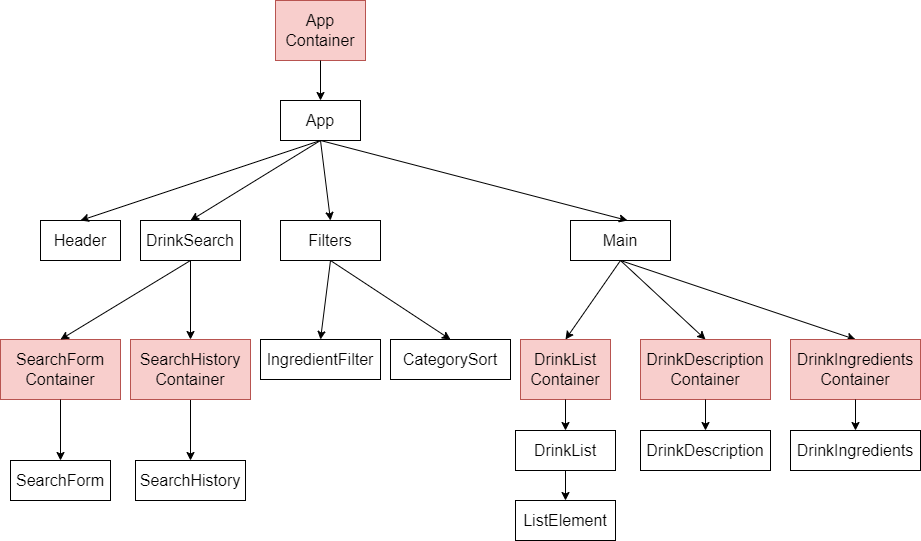
Earlier version of the draw.io export resources/diagram.png (lina994/Drinks-finder). Source tidied: cells renumbered, new cells last; positions are measured from the earlier drawing's top-left corner, leaving out a move shared by most shapes.
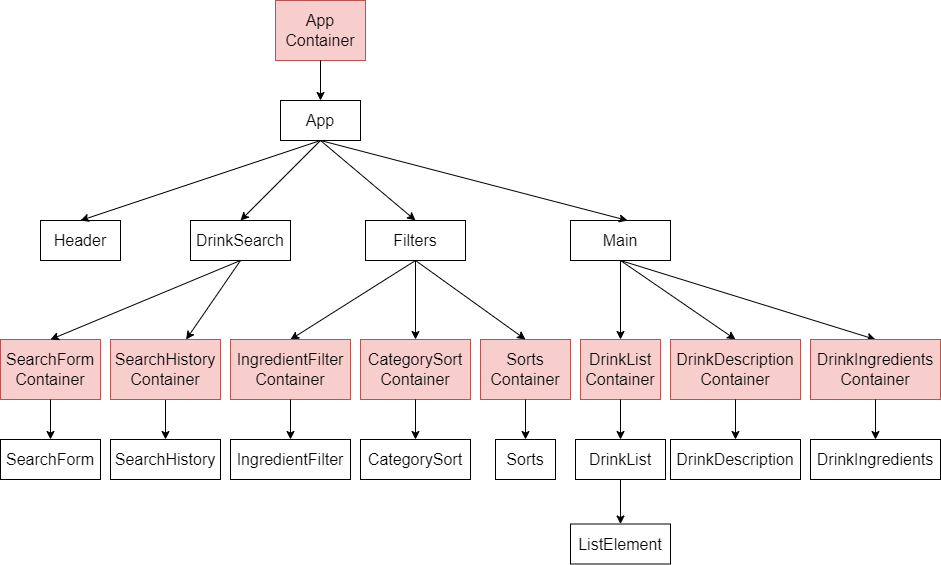
After the change.

Change to the diagram source:
```diff
@@ -3,34 +3,34 @@
     <mxCell id="0" />
     <mxCell id="1" parent="0" />
     <mxCell id="2" value="&lt;span style=&quot;font-size: 16px&quot;&gt;SearchForm&lt;/span&gt;&lt;span style=&quot;font-size: 16px&quot;&gt;&lt;br&gt;Container&lt;br&gt;&lt;/span&gt;" style="rounded=0;whiteSpace=wrap;html=1;fillColor=#f8cecc;strokeColor=#b85450;" parent="1" vertex="1">
-      <mxGeometry y="339" width="120" height="60" as="geometry" />
+      <mxGeometry y="420" width="100" height="60" as="geometry" />
     </mxCell>
     <mxCell id="3" value="&lt;font style=&quot;font-size: 16px&quot;&gt;App&lt;/font&gt;" style="rounded=0;whiteSpace=wrap;html=1;" parent="1" vertex="1">
-      <mxGeometry x="280" y="100" width="80" height="40" as="geometry" />
+      <mxGeometry x="280" y="181" width="80" height="40" as="geometry" />
     </mxCell>
     <mxCell id="4" value="&lt;font style=&quot;font-size: 16px&quot;&gt;Header&lt;/font&gt;" style="rounded=0;whiteSpace=wrap;html=1;" parent="1" vertex="1">
-      <mxGeometry x="40" y="220" width="80" height="40" as="geometry" />
+      <mxGeometry x="40" y="301" width="80" height="40" as="geometry" />
     </mxCell>
     <mxCell id="5" value="&lt;font style=&quot;font-size: 16px&quot;&gt;DrinkSearch&lt;/font&gt;" style="rounded=0;whiteSpace=wrap;html=1;" parent="1" vertex="1">
-      <mxGeometry x="140" y="220" width="100" height="40" as="geometry" />
+      <mxGeometry x="190" y="301" width="100" height="40" as="geometry" />
     </mxCell>
     <mxCell id="6" value="&lt;font style=&quot;font-size: 16px&quot;&gt;DrinkList&lt;/font&gt;" style="rounded=0;whiteSpace=wrap;html=1;" parent="1" vertex="1">
-      <mxGeometry x="515" y="430" width="100" height="40" as="geometry" />
+      <mxGeometry x="575" y="520" width="90" height="40" as="geometry" />
     </mxCell>
     <mxCell id="7" value="&lt;font style=&quot;font-size: 16px&quot;&gt;DrinkIngredients&lt;/font&gt;" style="rounded=0;whiteSpace=wrap;html=1;" parent="1" vertex="1">
-      <mxGeometry x="790" y="430" width="130" height="40" as="geometry" />
+      <mxGeometry x="810" y="520" width="130" height="40" as="geometry" />
     </mxCell>
     <mxCell id="8" value="&lt;font style=&quot;font-size: 16px&quot;&gt;IngredientFilter&lt;/font&gt;" style="rounded=0;whiteSpace=wrap;html=1;" parent="1" vertex="1">
-      <mxGeometry x="260" y="339" width="120" height="40" as="geometry" />
+      <mxGeometry x="230" y="520" width="120" height="40" as="geometry" />
     </mxCell>
     <mxCell id="9" value="&lt;font style=&quot;font-size: 16px&quot;&gt;DrinkDescription&lt;/font&gt;" style="rounded=0;whiteSpace=wrap;html=1;" parent="1" vertex="1">
-      <mxGeometry x="640" y="430" width="130" height="40" as="geometry" />
+      <mxGeometry x="670" y="520" width="130" height="40" as="geometry" />
     </mxCell>
     <mxCell id="10" value="&lt;font style=&quot;font-size: 16px&quot;&gt;CategorySort&lt;/font&gt;" style="rounded=0;whiteSpace=wrap;html=1;" parent="1" vertex="1">
-      <mxGeometry x="390" y="339" width="120" height="40" as="geometry" />
+      <mxGeometry x="360" y="520" width="110" height="40" as="geometry" />
     </mxCell>
     <mxCell id="11" value="&lt;font style=&quot;font-size: 16px&quot;&gt;Main&lt;/font&gt;" style="rounded=0;whiteSpace=wrap;html=1;" parent="1" vertex="1">
-      <mxGeometry x="570" y="220" width="100" height="40" as="geometry" />
+      <mxGeometry x="570" y="301" width="100" height="40" as="geometry" />
     </mxCell>
     <mxCell id="12" style="endArrow=classic;html=1;rounded=0;fontSize=16;exitX=0.5;exitY=1;exitDx=0;exitDy=0;entryX=0.5;entryY=0;entryDx=0;entryDy=0;" parent="1" edge="1" source="3" target="4">
       <mxGeometry relative="1" as="geometry" />
@@ -45,24 +45,24 @@
       <mxGeometry relative="1" as="geometry" />
     </mxCell>
     <mxCell id="16" value="&lt;font style=&quot;font-size: 16px&quot;&gt;SearchForm&lt;/font&gt;" style="rounded=0;whiteSpace=wrap;html=1;" parent="1" vertex="1">
-      <mxGeometry x="10" y="460" width="100" height="40" as="geometry" />
+      <mxGeometry y="520" width="100" height="40" as="geometry" />
     </mxCell>
     <mxCell id="17" value="&lt;font style=&quot;font-size: 16px&quot;&gt;SearchHistory&lt;/font&gt;" style="rounded=0;whiteSpace=wrap;html=1;" parent="1" vertex="1">
-      <mxGeometry x="135" y="460" width="110" height="40" as="geometry" />
+      <mxGeometry x="110" y="520" width="110" height="40" as="geometry" />
     </mxCell>
     <mxCell id="18" style="endArrow=classic;html=1;rounded=0;fontSize=16;exitX=0.5;exitY=1;exitDx=0;exitDy=0;entryX=0.5;entryY=0;entryDx=0;entryDy=0;" parent="1" edge="1" source="29" target="17">
       <mxGeometry relative="1" as="geometry" />
     </mxCell>
-    <mxCell id="19" style="endArrow=classic;html=1;rounded=0;fontSize=16;exitX=0.5;exitY=1;exitDx=0;exitDy=0;entryX=0.5;entryY=0;entryDx=0;entryDy=0;" parent="1" edge="1" source="20" target="8">
+    <mxCell id="19" style="endArrow=classic;html=1;rounded=0;fontSize=16;exitX=0.5;exitY=1;exitDx=0;exitDy=0;entryX=0.5;entryY=0;entryDx=0;entryDy=0;" parent="1" edge="1" source="20" target="39">
       <mxGeometry relative="1" as="geometry" />
     </mxCell>
     <mxCell id="20" value="&lt;font style=&quot;font-size: 16px&quot;&gt;Filters&lt;/font&gt;" style="rounded=0;whiteSpace=wrap;html=1;" parent="1" vertex="1">
-      <mxGeometry x="280" y="220" width="100" height="40" as="geometry" />
+      <mxGeometry x="365" y="301" width="100" height="40" as="geometry" />
     </mxCell>
     <mxCell id="21" style="endArrow=classic;html=1;rounded=0;fontSize=16;exitX=0.5;exitY=1;exitDx=0;exitDy=0;entryX=0.5;entryY=0;entryDx=0;entryDy=0;" parent="1" edge="1" source="3" target="20">
       <mxGeometry relative="1" as="geometry" />
     </mxCell>
-    <mxCell id="22" style="endArrow=classic;html=1;rounded=0;fontSize=16;exitX=0.5;exitY=1;exitDx=0;exitDy=0;entryX=0.5;entryY=0;entryDx=0;entryDy=0;" parent="1" edge="1" source="20" target="10">
+    <mxCell id="22" style="endArrow=classic;html=1;rounded=0;fontSize=16;exitX=0.5;exitY=1;exitDx=0;exitDy=0;entryX=0.5;entryY=0;entryDx=0;entryDy=0;" parent="1" edge="1" source="20" target="40">
       <mxGeometry relative="1" as="geometry" />
     </mxCell>
     <mxCell id="23" style="endArrow=classic;html=1;rounded=0;fontSize=16;exitX=0.5;exitY=1;exitDx=0;exitDy=0;entryX=0.5;entryY=0;entryDx=0;entryDy=0;" parent="1" edge="1" source="11" target="31">
@@ -73,11 +73,11 @@
     </mxCell>
     <mxCell id="25" style="endArrow=classic;html=1;rounded=0;fontSize=16;entryX=0.5;entryY=0;entryDx=0;entryDy=0;" parent="1" edge="1" target="37">
       <mxGeometry relative="1" as="geometry">
-        <mxPoint x="620" y="260" as="sourcePoint" />
+        <mxPoint x="620" y="341" as="sourcePoint" />
       </mxGeometry>
     </mxCell>
     <mxCell id="26" value="&lt;font style=&quot;font-size: 16px&quot;&gt;ListElement&lt;/font&gt;" style="rounded=0;whiteSpace=wrap;html=1;" parent="1" vertex="1">
-      <mxGeometry x="515" y="500" width="100" height="40" as="geometry" />
+      <mxGeometry x="570" y="604.5" width="100" height="40" as="geometry" />
     </mxCell>
     <mxCell id="27" style="endArrow=classic;html=1;rounded=0;fontSize=16;exitX=0.5;exitY=1;exitDx=0;exitDy=0;entryX=0.5;entryY=0;entryDx=0;entryDy=0;" parent="1" edge="1" source="6" target="26">
       <mxGeometry relative="1" as="geometry" />
@@ -86,34 +86,58 @@
       <mxGeometry relative="1" as="geometry" />
     </mxCell>
     <mxCell id="29" value="&lt;span style=&quot;font-size: 16px&quot;&gt;SearchHistory&lt;/span&gt;&lt;span style=&quot;font-size: 16px&quot;&gt;&lt;br&gt;Container&lt;br&gt;&lt;/span&gt;" style="rounded=0;whiteSpace=wrap;html=1;fillColor=#f8cecc;strokeColor=#b85450;" parent="1" vertex="1">
-      <mxGeometry x="130" y="339" width="120" height="60" as="geometry" />
+      <mxGeometry x="110" y="420" width="110" height="60" as="geometry" />
     </mxCell>
     <mxCell id="30" style="endArrow=classic;html=1;rounded=0;fontSize=16;exitX=0.5;exitY=1;exitDx=0;exitDy=0;" parent="1" edge="1" source="5" target="29">
       <mxGeometry relative="1" as="geometry" />
     </mxCell>
     <mxCell id="31" value="&lt;span style=&quot;font-size: 16px&quot;&gt;DrinkList&lt;/span&gt;&lt;span style=&quot;font-size: 16px&quot;&gt;&lt;br&gt;Container&lt;br&gt;&lt;/span&gt;" style="rounded=0;whiteSpace=wrap;html=1;fillColor=#f8cecc;strokeColor=#b85450;" parent="1" vertex="1">
-      <mxGeometry x="520" y="339" width="90" height="60" as="geometry" />
+      <mxGeometry x="580" y="420" width="80" height="60" as="geometry" />
     </mxCell>
     <mxCell id="32" style="endArrow=classic;html=1;rounded=0;fontSize=16;exitX=0.5;exitY=1;exitDx=0;exitDy=0;entryX=0.5;entryY=0;entryDx=0;entryDy=0;" parent="1" edge="1" source="31" target="6">
       <mxGeometry relative="1" as="geometry" />
     </mxCell>
     <mxCell id="33" value="&lt;span style=&quot;font-size: 16px&quot;&gt;App&lt;/span&gt;&lt;span style=&quot;font-size: 16px&quot;&gt;&lt;br&gt;Container&lt;br&gt;&lt;/span&gt;" style="rounded=0;whiteSpace=wrap;html=1;fillColor=#f8cecc;strokeColor=#b85450;" parent="1" vertex="1">
-      <mxGeometry x="275" width="90" height="60" as="geometry" />
+      <mxGeometry x="275" y="81" width="90" height="60" as="geometry" />
     </mxCell>
     <mxCell id="34" style="endArrow=classic;html=1;rounded=0;fontSize=16;exitX=0.5;exitY=1;exitDx=0;exitDy=0;entryX=0.5;entryY=0;entryDx=0;entryDy=0;" parent="1" edge="1" source="33" target="3">
       <mxGeometry relative="1" as="geometry" />
     </mxCell>
     <mxCell id="35" value="&lt;span style=&quot;font-size: 16px&quot;&gt;DrinkDescription&lt;/span&gt;&lt;br&gt;&lt;span style=&quot;font-size: 16px&quot;&gt;Container&lt;/span&gt;" style="rounded=0;whiteSpace=wrap;html=1;fillColor=#f8cecc;strokeColor=#b85450;" parent="1" vertex="1">
-      <mxGeometry x="640" y="339" width="130" height="60" as="geometry" />
+      <mxGeometry x="670" y="420" width="130" height="60" as="geometry" />
     </mxCell>
     <mxCell id="36" style="endArrow=classic;html=1;rounded=0;fontSize=16;entryX=0.5;entryY=0;entryDx=0;entryDy=0;exitX=0.5;exitY=1;exitDx=0;exitDy=0;" parent="1" edge="1" source="35" target="9">
       <mxGeometry relative="1" as="geometry" />
     </mxCell>
     <mxCell id="37" value="&lt;span style=&quot;font-size: 16px&quot;&gt;DrinkIngredients&lt;/span&gt;&lt;br&gt;&lt;span style=&quot;font-size: 16px&quot;&gt;Container&lt;/span&gt;" style="rounded=0;whiteSpace=wrap;html=1;fillColor=#f8cecc;strokeColor=#b85450;" parent="1" vertex="1">
-      <mxGeometry x="790" y="339" width="130" height="60" as="geometry" />
+      <mxGeometry x="810" y="420" width="130" height="60" as="geometry" />
     </mxCell>
     <mxCell id="38" style="endArrow=classic;html=1;rounded=0;fontSize=16;exitX=0.5;exitY=1;exitDx=0;exitDy=0;" parent="1" edge="1" source="37" target="7">
       <mxGeometry relative="1" as="geometry" />
     </mxCell>
+    <mxCell id="39" value="&lt;span style=&quot;font-size: 16px&quot;&gt;IngredientFilter&lt;/span&gt;&lt;span style=&quot;font-size: 16px&quot;&gt;&lt;br&gt;Container&lt;br&gt;&lt;/span&gt;" style="rounded=0;whiteSpace=wrap;html=1;fillColor=#f8cecc;strokeColor=#b85450;" parent="1" vertex="1">
+      <mxGeometry x="230" y="420" width="120" height="60" as="geometry" />
+    </mxCell>
+    <mxCell id="40" value="&lt;span style=&quot;font-size: 16px&quot;&gt;CategorySort&lt;/span&gt;&lt;span style=&quot;font-size: 16px&quot;&gt;&lt;br&gt;Container&lt;br&gt;&lt;/span&gt;" style="rounded=0;whiteSpace=wrap;html=1;fillColor=#f8cecc;strokeColor=#b85450;" parent="1" vertex="1">
+      <mxGeometry x="360" y="420" width="110" height="60" as="geometry" />
+    </mxCell>
+    <mxCell id="41" style="endArrow=classic;html=1;rounded=0;fontSize=16;exitX=0.5;exitY=1;exitDx=0;exitDy=0;entryX=0.5;entryY=0;entryDx=0;entryDy=0;" parent="1" edge="1" source="40" target="10">
+      <mxGeometry relative="1" as="geometry" />
+    </mxCell>
+    <mxCell id="42" style="endArrow=classic;html=1;rounded=0;fontSize=16;exitX=0.5;exitY=1;exitDx=0;exitDy=0;" parent="1" edge="1" source="39" target="8">
+      <mxGeometry relative="1" as="geometry" />
+    </mxCell>
+    <mxCell id="43" value="&lt;font style=&quot;font-size: 16px&quot;&gt;Sorts&lt;/font&gt;" style="rounded=0;whiteSpace=wrap;html=1;" parent="1" vertex="1">
+      <mxGeometry x="495" y="520" width="60" height="40" as="geometry" />
+    </mxCell>
+    <mxCell id="44" value="&lt;span style=&quot;font-size: 16px&quot;&gt;Sorts&lt;/span&gt;&lt;span style=&quot;font-size: 16px&quot;&gt;&lt;br&gt;Container&lt;br&gt;&lt;/span&gt;" style="rounded=0;whiteSpace=wrap;html=1;fillColor=#f8cecc;strokeColor=#b85450;" parent="1" vertex="1">
+      <mxGeometry x="480" y="420" width="90" height="60" as="geometry" />
+    </mxCell>
+    <mxCell id="45" style="endArrow=classic;html=1;rounded=0;fontSize=16;entryX=0.5;entryY=0;entryDx=0;entryDy=0;exitX=0.5;exitY=1;exitDx=0;exitDy=0;" parent="1" edge="1" source="20" target="44">
+      <mxGeometry relative="1" as="geometry" />
+    </mxCell>
+    <mxCell id="46" style="endArrow=classic;html=1;rounded=0;fontSize=16;entryX=0.5;entryY=0;entryDx=0;entryDy=0;exitX=0.5;exitY=1;exitDx=0;exitDy=0;" parent="1" edge="1" source="44" target="43">
+      <mxGeometry relative="1" as="geometry" />
+    </mxCell>
   </root>
 </mxGraphModel>
```
